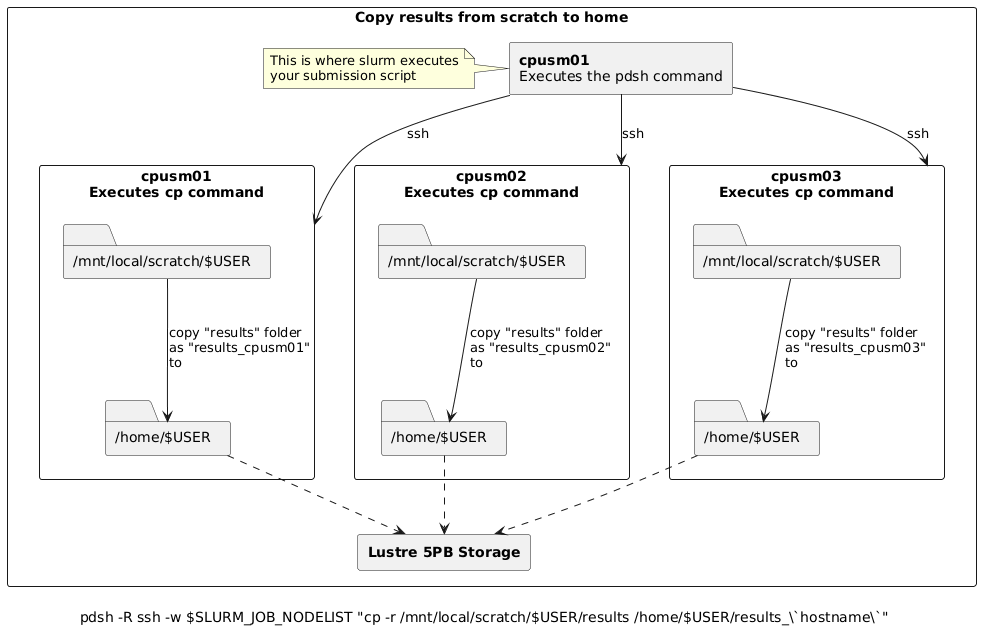
ularc/zurada keeps this PlantUML diagram as guides/storage/images/pdsh_scratch_to_home.png. Above is the earlier version.
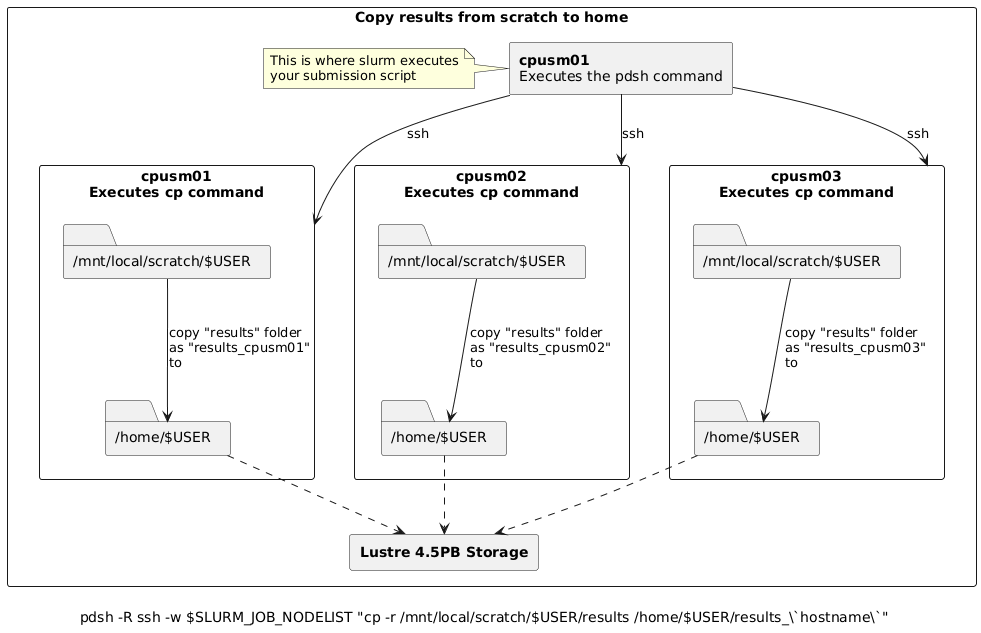
Above is the later version.

Commit message:
fix Lustre storage size and name in diagrams

What changed in the source:
```diff
@@ -6,7 +6,7 @@
   This is where slurm executes
   your submission script
 end note
-rectangle "<b>Lustre 5PB Storage" as Shared
+rectangle "<b>Lustre 4.5PB Storage" as Shared
 
 rectangle "<b>cpusm01\nExecutes cp command" as Node1 {
   folder "/home/$USER" as Node1Home
```
